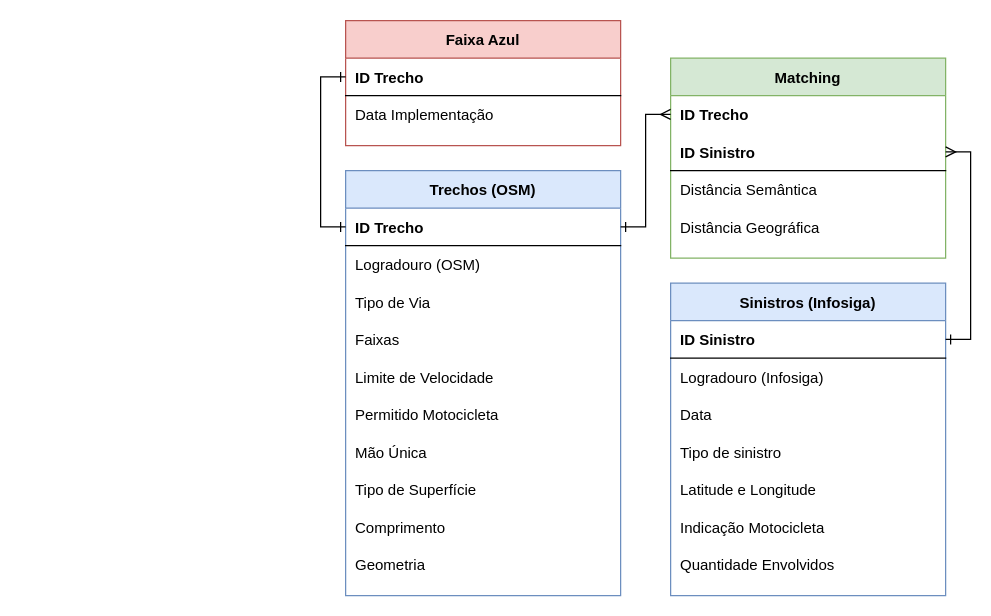
gustavo-tm/faixa-azul keeps this draw.io diagram as auxiliares/diagramaER.drawio. Above is the earlier version. Source tidied: cells renumbered, new cells numbered last; positions are measured from the earlier drawing's top-left corner, leaving out a move shared by most shapes. Both pictures are drawn from the tidied source at 125%, with x=0, y=0 at pixel (345, 20).
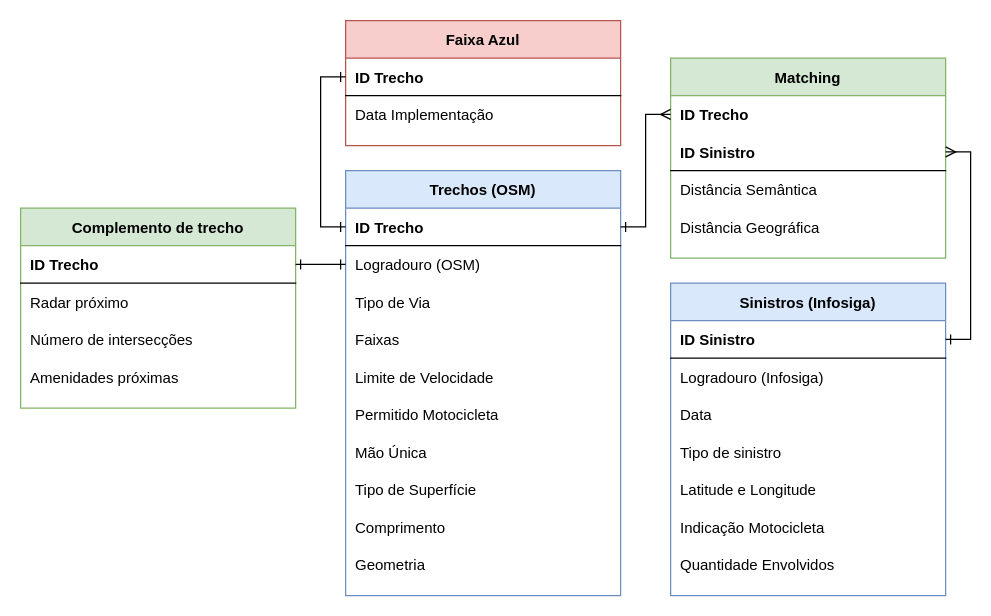
The same diagram, later.

Unchanged cells that the change refers to:
```xml
<mxCell id="20" style="shape=partialRectangle;fillColor=none;points=[[0,0.5],[1,0.5]];portConstraint=eastwest;top=0;left=0;right=0;bottom=0;" parent="17" vertex="1">
  <mxGeometry y="60" width="220" height="30" as="geometry" />
</mxCell>
```

The edit, as a diff of the source:
```diff
@@
+    <mxCell id="55" value="Complemento de trecho" style="shape=table;startSize=30;childLayout=tableLayout;rowLines=0;fontStyle=1;align=center;fillColor=#d5e8d4;strokeColor=#82b366;" parent="1" vertex="1">
+      <mxGeometry x="-260" y="150" width="220" height="160" as="geometry" />
+    </mxCell>
+    <mxCell id="56" style="shape=partialRectangle;fillColor=none;points=[[0,0.5],[1,0.5]];portConstraint=eastwest;top=0;left=0;right=0;bottom=1;" parent="55" vertex="1">
+      <mxGeometry y="30" width="220" height="30" as="geometry" />
+    </mxCell>
+    <mxCell id="57" value="ID Trecho" style="shape=partialRectangle;overflow=hidden;fillColor=none;top=0;left=0;bottom=0;right=0;align=left;spacingLeft=6;fontStyle=1;" parent="56" vertex="1">
+      <mxGeometry width="220" height="30" as="geometry" />
+    </mxCell>
+    <mxCell id="58" style="shape=partialRectangle;fillColor=none;top=0;left=0;right=0;bottom=0;" parent="55" vertex="1">
+      <mxGeometry y="60" width="220" height="30" as="geometry" />
+    </mxCell>
+    <mxCell id="59" value="Radar próximo" style="shape=partialRectangle;overflow=hidden;fillColor=none;top=0;left=0;bottom=0;right=0;align=left;spacingLeft=6;" parent="58" vertex="1">
+      <mxGeometry width="220" height="30" as="geometry" />
+    </mxCell>
+    <mxCell id="60" style="shape=partialRectangle;fillColor=none;top=0;left=0;right=0;bottom=0;" parent="55" vertex="1">
+      <mxGeometry y="90" width="220" height="30" as="geometry" />
+    </mxCell>
+    <mxCell id="61" value="Número de intersecções" style="shape=partialRectangle;overflow=hidden;fillColor=none;top=0;left=0;bottom=0;right=0;align=left;spacingLeft=6;" parent="60" vertex="1">
+      <mxGeometry width="220" height="30" as="geometry" />
+    </mxCell>
+    <mxCell id="62" style="shape=partialRectangle;fillColor=none;top=0;left=0;right=0;bottom=0;" parent="55" vertex="1">
+      <mxGeometry y="120" width="220" height="30" as="geometry" />
+    </mxCell>
+    <mxCell id="63" value="Amenidades próximas" style="shape=partialRectangle;overflow=hidden;fillColor=none;top=0;left=0;bottom=0;right=0;align=left;spacingLeft=6;" parent="62" vertex="1">
+      <mxGeometry width="220" height="30" as="geometry" />
+    </mxCell>
+    <mxCell id="64" style="edgeStyle=orthogonalEdgeStyle;rounded=0;jettySize=auto;html=1;exitX=1;exitY=0.5;exitDx=0;exitDy=0;entryX=0;entryY=0.5;entryDx=0;entryDy=0;startArrow=ERone;startFill=0;endArrow=ERone;endFill=0;" parent="1" edge="1" source="56" target="20">
+      <mxGeometry relative="1" as="geometry" />
+    </mxCell>
```
